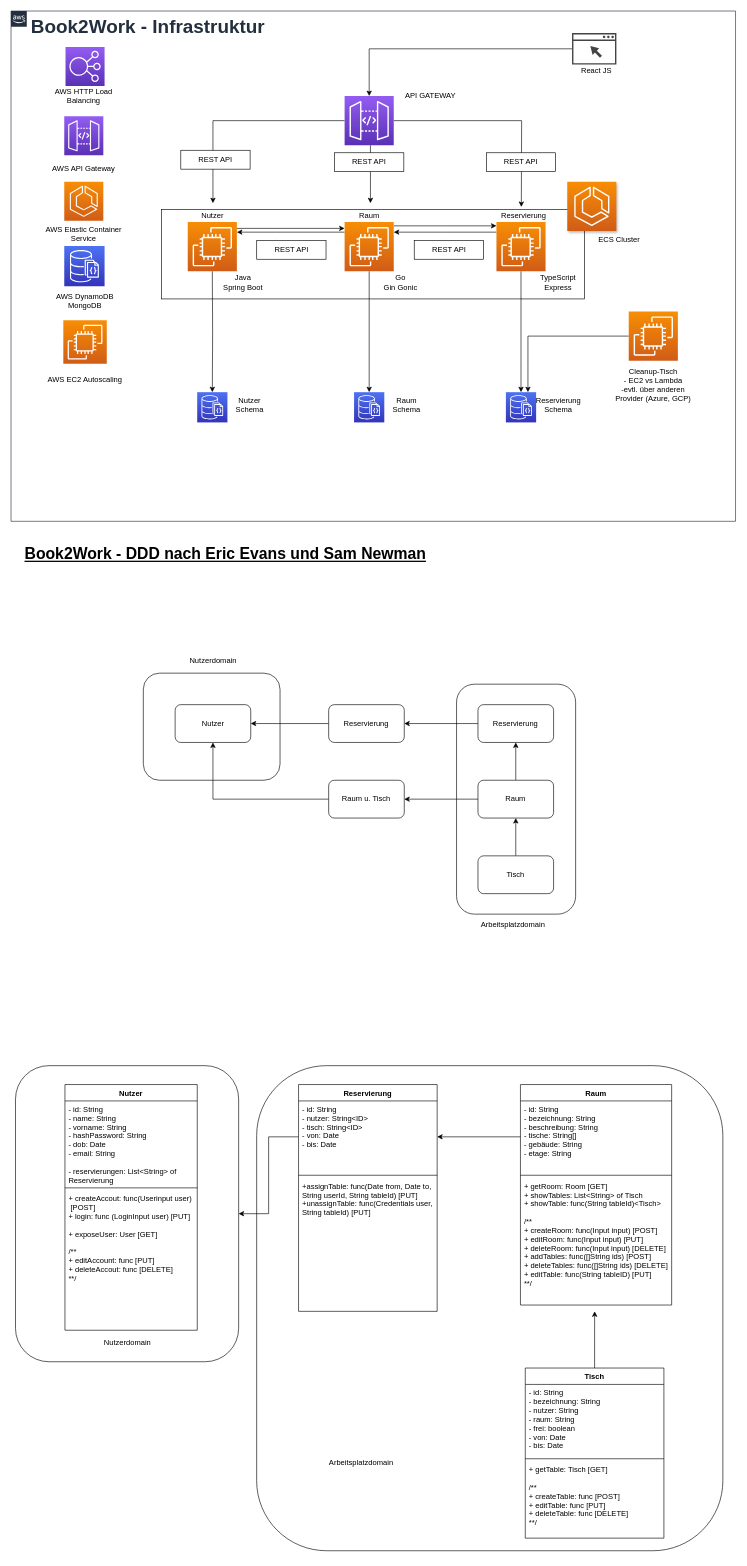
Before: Untitled Diagram.drawio in vuminhle1997/vu-le, a draw.io diagram. Source tidied: cells renumbered, new cells numbered last; positions are measured from the earlier drawing's top-left corner, leaving out a move shared by most shapes. Both pictures are drawn from the tidied source at 63%, with x=0, y=0 at pixel (11, 11).
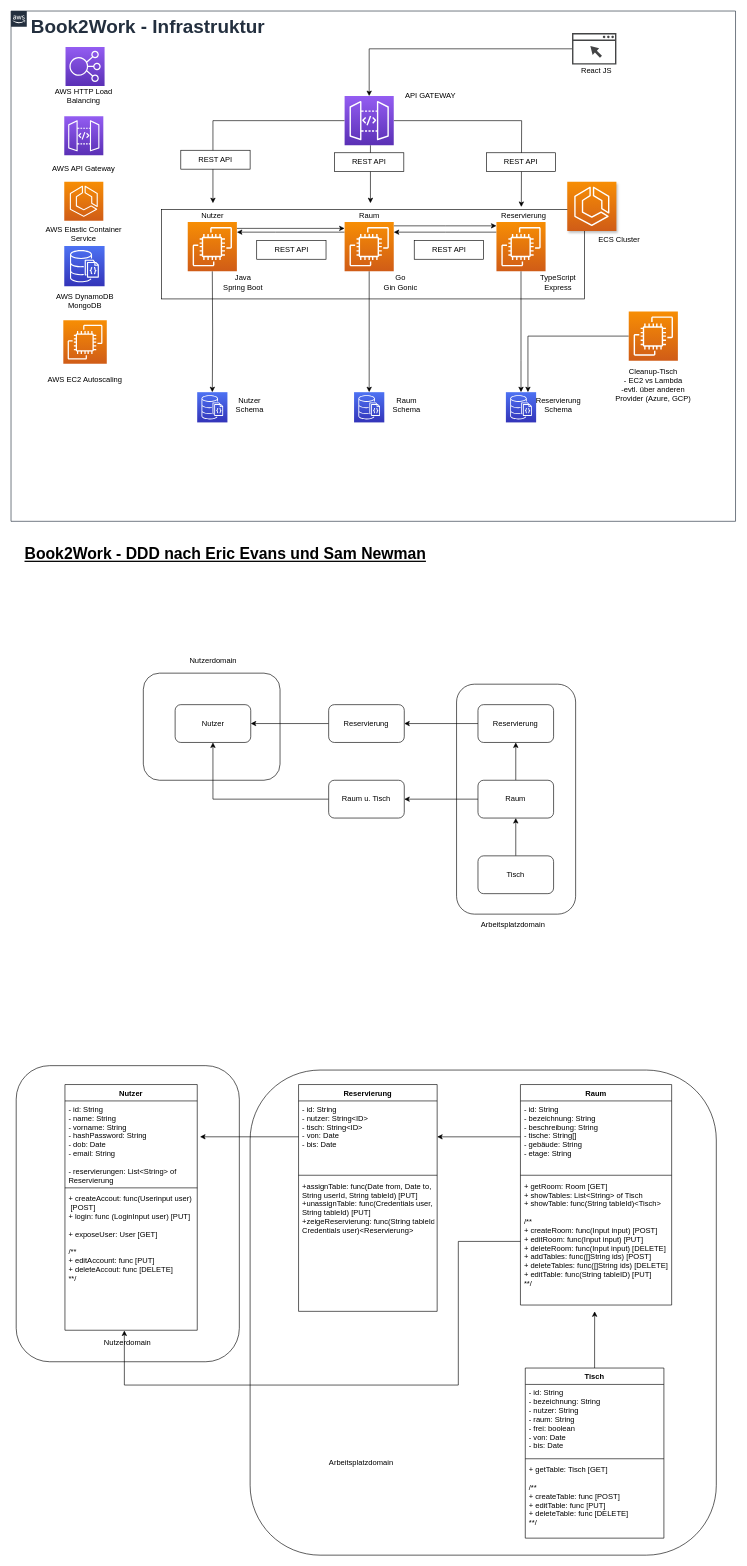
The same page after the edit.

Unchanged cells that the change refers to:
```xml
<mxCell id="92" value="+ getRoom: Room [GET]&#10;+ showTables: List&lt;String&gt; of Tisch&#10;+ showTable: func(String tableId)&lt;Tisch&gt;&#10;&#10;/**&#10;+ createRoom: func(Input input) [POST]&#10;+ editRoom: func(Input input) [PUT]&#10;+ deleteRoom: func(Input input) [DELETE]&#10;+ addTables: func([]String ids) [POST]&#10;+ deleteTables: func([]String ids) [DELETE]&#10;+ editTable: func(String tableID) [PUT]&#10;**/" style="text;strokeColor=none;fillColor=none;align=left;verticalAlign=top;spacingLeft=4;spacingRight=4;overflow=hidden;points=[[0,0.5],[1,0.5]];portConstraint=eastwest;" parent="89" vertex="1">
  <mxGeometry y="148" width="240" height="202" as="geometry" />
</mxCell>
<mxCell id="94" value="- id: String&#10;- name: String&#10;- vorname: String&#10;- hashPassword: String&#10;- dob: Date&#10;- email: String&#10;&#10;- reservierungen: List&lt;String&gt; of &#10;Reservierung&#10; " style="text;strokeColor=none;fillColor=none;align=left;verticalAlign=top;spacingLeft=4;spacingRight=4;overflow=hidden;points=[[0,0.5],[1,0.5]];portConstraint=eastwest;" parent="93" vertex="1">
  <mxGeometry y="26" width="210" height="134" as="geometry" />
</mxCell>
<mxCell id="96" value="+ createAccout: func(Userinput user)&#10; [POST]&#10;+ login: func (LoginInput user) [PUT]&#10;&#10;+ exposeUser: User [GET]&#10;&#10;/**&#10;+ editAccount: func [PUT]&#10;+ deleteAccout: func [DELETE]&#10;**/" style="text;strokeColor=none;fillColor=none;align=left;verticalAlign=top;spacingLeft=4;spacingRight=4;overflow=hidden;points=[[0,0.5],[1,0.5]];portConstraint=eastwest;" parent="93" vertex="1">
  <mxGeometry y="168" width="210" height="222" as="geometry" />
</mxCell>
<mxCell id="97" value="Reservierung" style="swimlane;fontStyle=1;align=center;verticalAlign=top;horizontal=1;startSize=26;" parent="1" vertex="1">
  <mxGeometry x="456.4" y="1704" width="220" height="360" as="geometry" />
</mxCell>
<mxCell id="98" value="- id: String&#10;- nutzer: String&lt;ID&gt;&#10;- tisch: String&lt;ID&gt;&#10;- von: Date&#10;- bis: Date" style="text;strokeColor=none;fillColor=none;align=left;verticalAlign=top;spacingLeft=4;spacingRight=4;overflow=hidden;points=[[0,0.5],[1,0.5]];portConstraint=eastwest;" parent="97" vertex="1">
  <mxGeometry y="26" width="220" height="114" as="geometry" />
</mxCell>
```

Change to the diagram source:
```diff
@@
     <mxCell id="79" style="rounded=1;whiteSpace=wrap;html=1;fillColor=none;fontColor=#FFBB00;" parent="1" vertex="1">
-      <mxGeometry x="389.9" y="1674" width="740" height="770" as="geometry" />
+      <mxGeometry x="379.5" y="1681" width="740" height="770" as="geometry" />
     </mxCell>
     <mxCell id="80" style="rounded=1;whiteSpace=wrap;html=1;fillColor=none;fontColor=#FFBB00;" parent="1" vertex="1">
-      <mxGeometry x="7.1" y="1674" width="354.2" height="470" as="geometry" />
+      <mxGeometry x="8.2" y="1674" width="354.2" height="470" as="geometry" />
     </mxCell>
@@
-    <mxCell id="84" style="edgeStyle=orthogonalEdgeStyle;rounded=0;jettySize=auto;html=1;fontColor=#FFBB00;" parent="1" edge="1" source="98" target="80">
-      <mxGeometry relative="1" as="geometry" />
-    </mxCell>
@@
-    <mxCell id="100" value="+assignTable: func(Date from, Date to, &#10;String userId, String tableId) [PUT]&#10;+unassignTable: func(Credentials user,&#10;String tableId) [PUT]" style="text;strokeColor=none;fillColor=none;align=left;verticalAlign=top;spacingLeft=4;spacingRight=4;overflow=hidden;" parent="97" vertex="1">
+    <mxCell id="100" value="+assignTable: func(Date from, Date to, &#10;String userId, String tableId) [PUT]&#10;+unassignTable: func(Credentials user,&#10;String tableId) [PUT]&#10;+zeigeReservierung: func(String tableId,&#10;Credentials user)&lt;Reservierung&gt;" style="text;strokeColor=none;fillColor=none;align=left;verticalAlign=top;spacingLeft=4;spacingRight=4;overflow=hidden;" parent="97" vertex="1">
       <mxGeometry y="148" width="220" height="212" as="geometry" />
     </mxCell>
+    <mxCell id="101" style="edgeStyle=orthogonalEdgeStyle;rounded=0;jettySize=auto;html=1;entryX=1.021;entryY=0.425;entryDx=0;entryDy=0;entryPerimeter=0;" parent="1" edge="1" source="98" target="94">
+      <mxGeometry relative="1" as="geometry" />
+    </mxCell>
+    <mxCell id="102" style="edgeStyle=orthogonalEdgeStyle;rounded=0;jettySize=auto;html=1;entryX=0.449;entryY=1.002;entryDx=0;entryDy=0;entryPerimeter=0;" parent="1" edge="1" source="92" target="96">
+      <mxGeometry relative="1" as="geometry">
+        <Array as="points">
+          <mxPoint x="710" y="1953" />
+          <mxPoint x="710" y="2181" />
+          <mxPoint x="180" y="2181" />
+        </Array>
+      </mxGeometry>
+    </mxCell>
```
